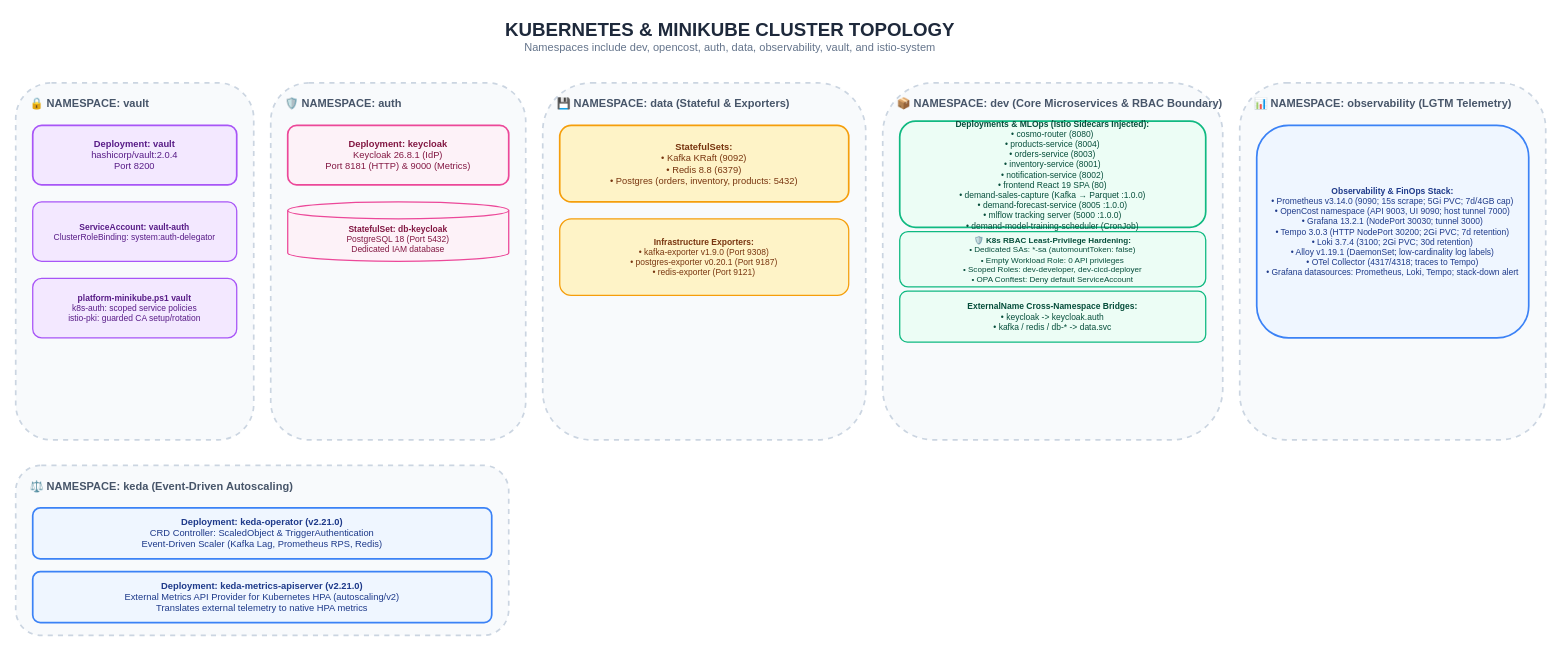
This is page "6. Kubernetes & Minikube Cluster Topology" (6 of 16) of docs/Diagrams.drawio from GeorgeGxx/microservices-architecture, a draw.io file, before an edit. Source tidied: cells renumbered, new cells numbered last; positions are measured from the earlier drawing's top-left corner, leaving out a move shared by most shapes. Both pictures are drawn from the tidied source at 85%, with x=0, y=0 at pixel (15, 14).
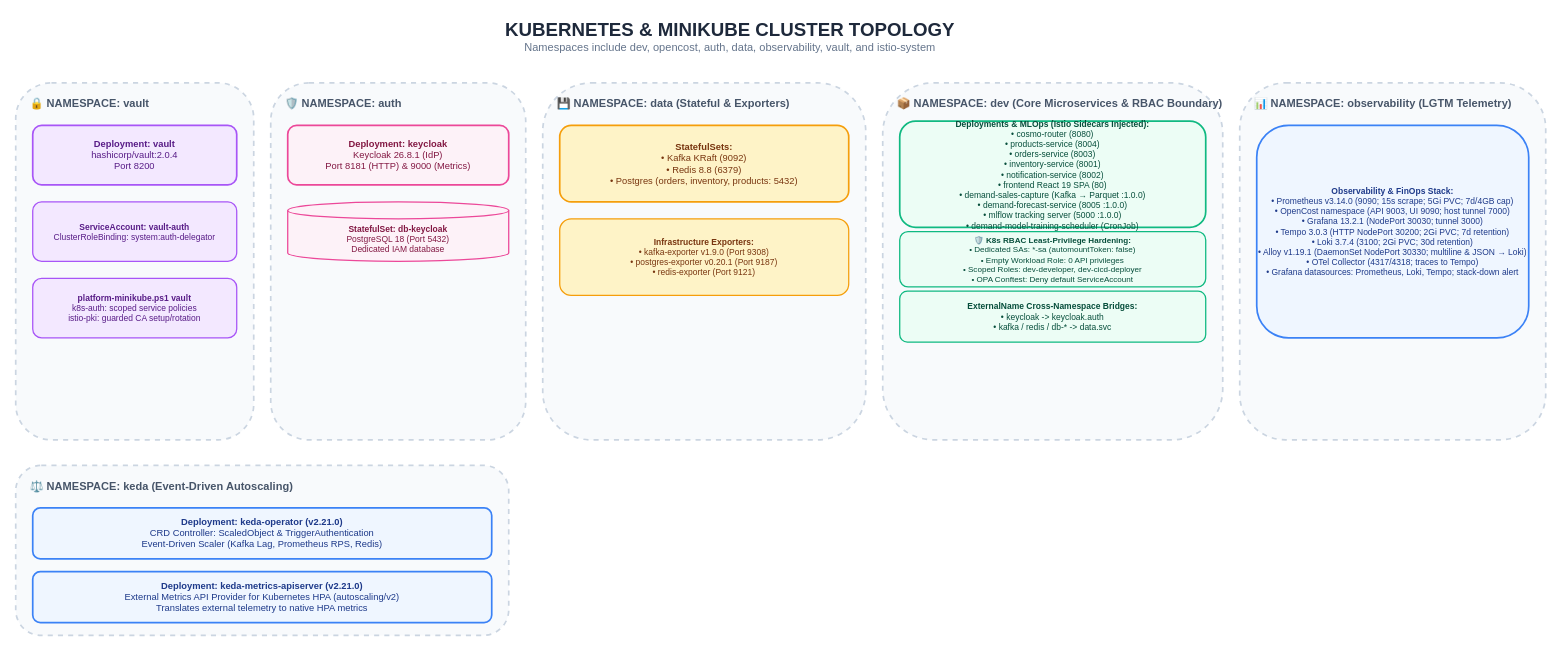
After the change.

Change to the diagram source:
```diff
@@
-    <mxCell id="18" value="&lt;b&gt;Observability &amp; FinOps Stack:&lt;/b&gt;&lt;br&gt;• Prometheus v3.14.0 (9090; 15s scrape; 5Gi PVC; 7d/4GB cap)&lt;br&gt;• OpenCost namespace (API 9003, UI 9090; host tunnel 7000)&lt;br&gt;• Grafana 13.2.1 (NodePort 30030; tunnel 3000)&lt;br&gt;• Tempo 3.0.3 (HTTP NodePort 30200; 2Gi PVC; 7d retention)&lt;br&gt;• Loki 3.7.4 (3100; 2Gi PVC; 30d retention)&lt;br&gt;• Alloy v1.19.1 (DaemonSet; low-cardinality log labels)&lt;br&gt;• OTel Collector (4317/4318; traces to Tempo)&lt;br&gt;• Grafana datasources: Prometheus, Loki, Tempo; stack-down alert" style="rounded=1;whiteSpace=wrap;html=1;fillColor=#EFF6FF;strokeColor=#3B82F6;strokeWidth=2;fontColor=#1E3A8A;fontSize=10;" parent="1" vertex="1">
+    <mxCell id="18" value="&lt;b&gt;Observability &amp; FinOps Stack:&lt;/b&gt;&lt;br&gt;• Prometheus v3.14.0 (9090; 15s scrape; 5Gi PVC; 7d/4GB cap)&lt;br&gt;• OpenCost namespace (API 9003, UI 9090; host tunnel 7000)&lt;br&gt;• Grafana 13.2.1 (NodePort 30030; tunnel 3000)&lt;br&gt;• Tempo 3.0.3 (HTTP NodePort 30200; 2Gi PVC; 7d retention)&lt;br&gt;• Loki 3.7.4 (3100; 2Gi PVC; 30d retention)&lt;br&gt;• Alloy v1.19.1 (DaemonSet NodePort 30330; multiline &amp; JSON → Loki)&lt;br&gt;• OTel Collector (4317/4318; traces to Tempo)&lt;br&gt;• Grafana datasources: Prometheus, Loki, Tempo; stack-down alert" style="rounded=1;whiteSpace=wrap;html=1;fillColor=#EFF6FF;strokeColor=#3B82F6;strokeWidth=2;fontColor=#1E3A8A;fontSize=10;" parent="1" vertex="1">
       <mxGeometry x="1460" y="130" width="320" height="250" as="geometry" />
     </mxCell>
```
